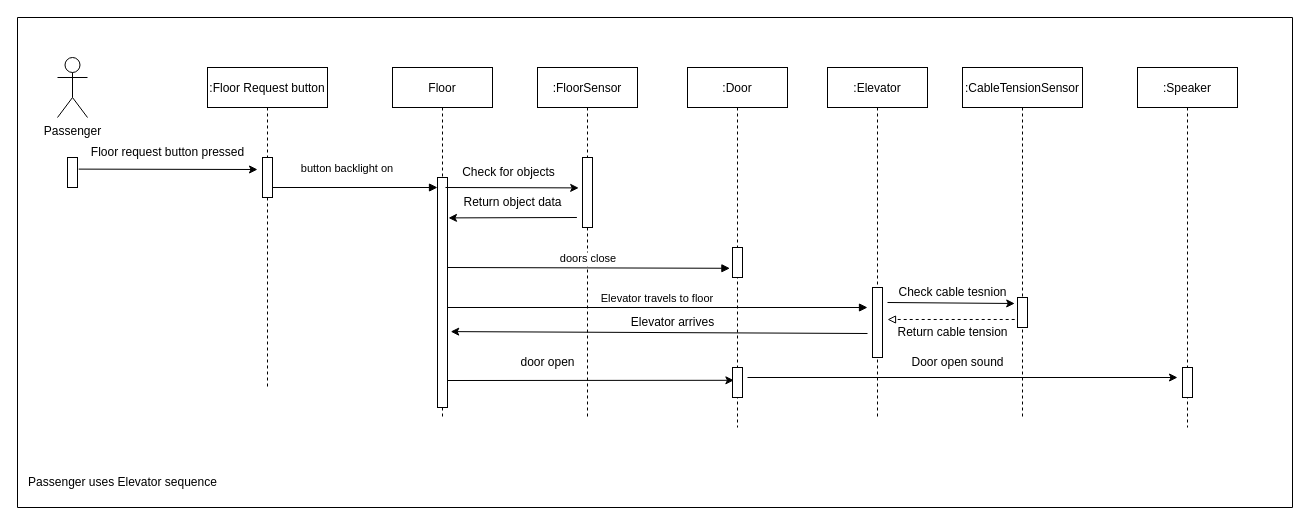
Above: Sofware Design/Elevator Challenge/Passenger  sequence diagram.drawio in TiemonS/Tiemon-Steeghs-Semester-3-Repository (draw.io), before the change. Source tidied: cells renumbered, new cells numbered last; positions are measured from the earlier drawing's top-left corner, leaving out a move shared by most shapes. Both pictures are drawn from the tidied source at 100%, with x=0, y=0 at pixel (17, 17).
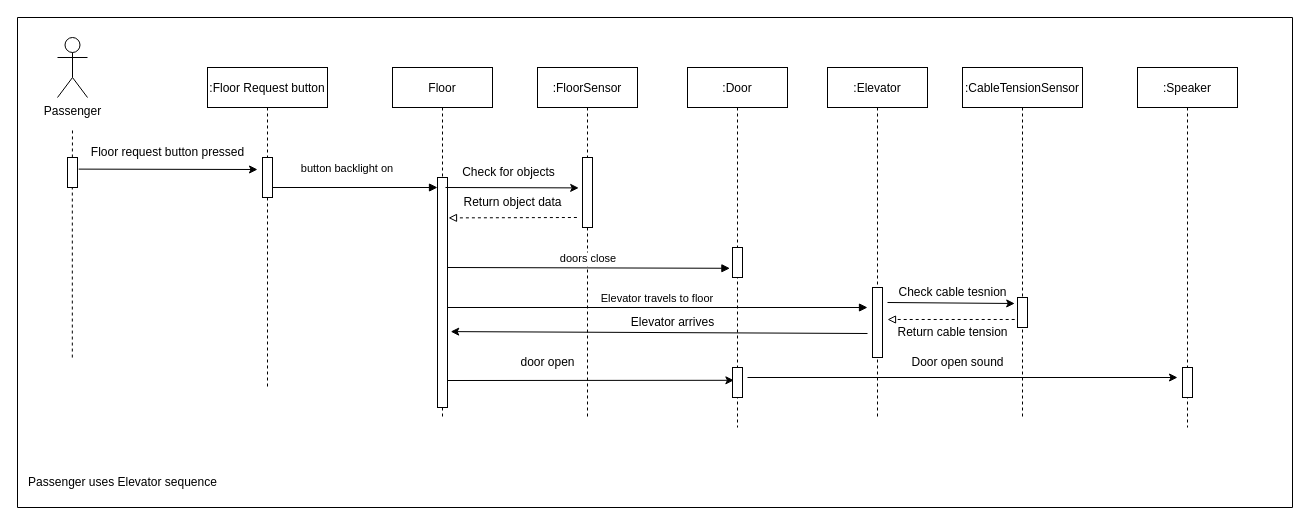
After the change.

Unchanged cells that the change refers to:
```xml
<mxCell id="2" style="swimlane;startSize=0;" parent="1" vertex="1">
  <mxGeometry width="1275" height="490" as="geometry" />
</mxCell>
<mxCell id="16" value=":FloorSensor" style="shape=umlLifeline;perimeter=lifelinePerimeter;rounded=0;shadow=0;strokeWidth=1;" parent="2" vertex="1">
  <mxGeometry x="520" y="50" width="100" height="350" as="geometry" />
</mxCell>
```

The edit, as a diff of the source:
```diff
@@
     <mxCell id="3" value="Passenger" style="shape=umlActor;verticalLabelPosition=bottom;verticalAlign=top;html=1;" parent="2" vertex="1">
-      <mxGeometry x="40" y="40" width="30" height="60" as="geometry" />
+      <mxGeometry x="40" y="20" width="30" height="60" as="geometry" />
     </mxCell>
@@
-    <mxCell id="14" style="points=[];perimeter=orthogonalPerimeter;rounded=0;shadow=0;strokeWidth=1;" parent="2" vertex="1">
-      <mxGeometry x="50" y="140" width="10" height="30" as="geometry" />
-    </mxCell>
@@
-    <mxCell id="18" style="endArrow=classic;html=1;rounded=0;exitX=1.16;exitY=0.244;exitDx=0;exitDy=0;exitPerimeter=0;" parent="16" edge="1">
+    <mxCell id="18" style="endArrow=block;html=1;rounded=0;exitX=1.16;exitY=0.244;exitDx=0;exitDy=0;exitPerimeter=0;dashed=1;endFill=0;" parent="16" edge="1">
       <mxGeometry relative="1" as="geometry">
         <mxPoint x="39.4" y="150" as="sourcePoint" />
         <mxPoint x="-89" y="150.4" as="targetPoint" />
       </mxGeometry>
     </mxCell>
@@
+    <mxCell id="40" style="endArrow=none;dashed=1;html=1;rounded=0;exitX=0.488;exitY=-0.001;exitDx=0;exitDy=0;exitPerimeter=0;startArrow=none;" parent="2" edge="1" source="14">
+      <mxGeometry relative="1" as="geometry">
+        <mxPoint x="55" y="110" as="targetPoint" />
+      </mxGeometry>
+    </mxCell>
+    <mxCell id="41" style="endArrow=none;dashed=1;html=1;rounded=0;exitX=0.043;exitY=0.694;exitDx=0;exitDy=0;exitPerimeter=0;" parent="2" edge="1" source="2" target="14">
+      <mxGeometry relative="1" as="geometry" />
+    </mxCell>
+    <mxCell id="14" style="points=[];perimeter=orthogonalPerimeter;rounded=0;shadow=0;strokeWidth=1;" parent="2" vertex="1">
+      <mxGeometry x="50" y="140" width="10" height="30" as="geometry" />
+    </mxCell>
```
